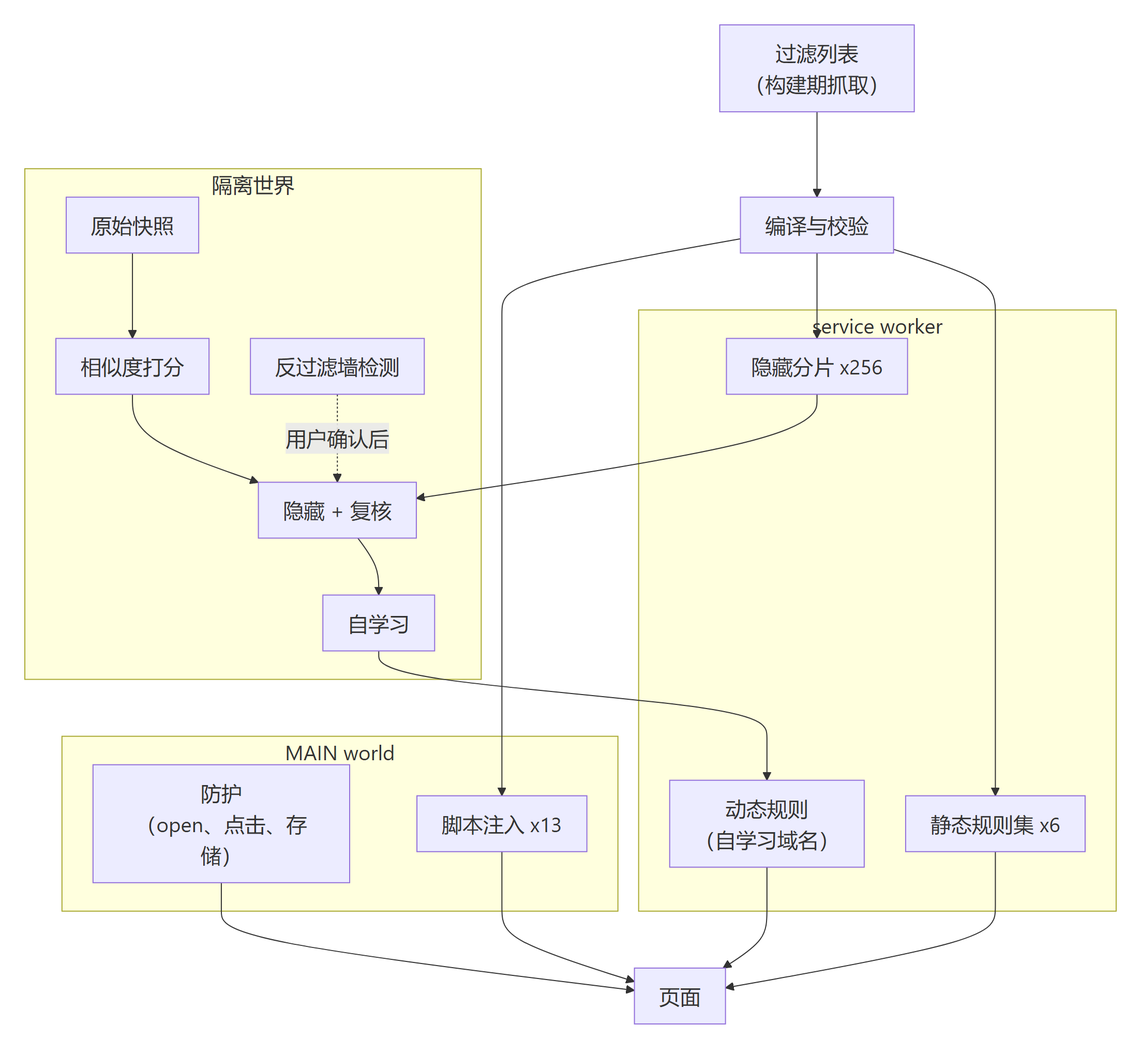
The Mermaid diagram docs/diagrams/architecture-zh.png in jfxia/AdBlow, before a commit. Its source is kept beside it as docs/diagrams/architecture-zh.mmd.
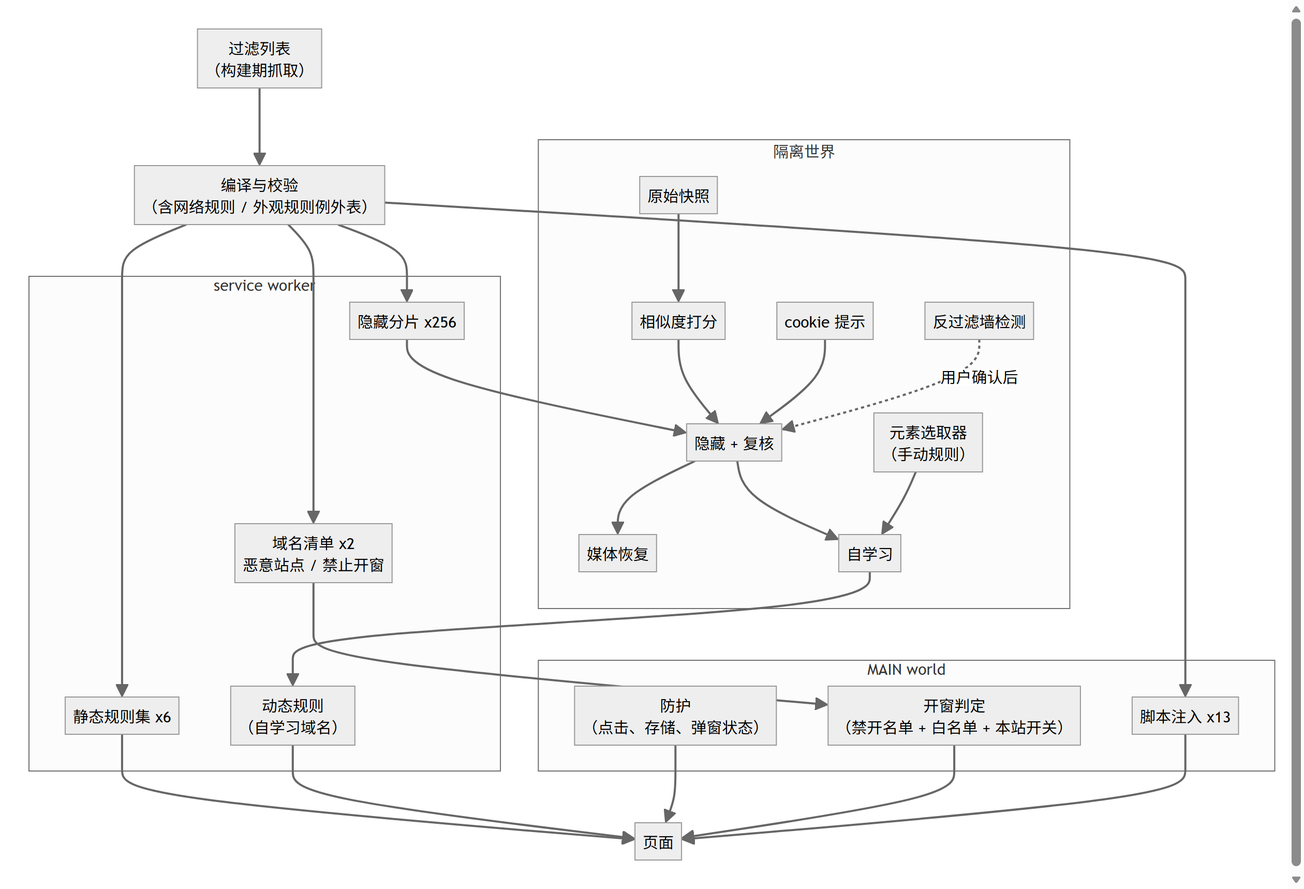
After the commit.

Change to the diagram source:
```diff
@@ -1,6 +1,6 @@
 flowchart TB
   lists["过滤列表<br/>（构建期抓取）"]
-  compile["编译与校验"]
+  compile["编译与校验<br/>（含网络规则 / 外观规则例外表）"]
   lists --> compile
 
   subgraph sw["service worker"]
@@ -8,6 +8,7 @@
     rules["静态规则集 x6"]
     dynamic["动态规则<br/>（自学习域名）"]
     shards["隐藏分片 x256"]
+    domains["域名清单 x2<br/>恶意站点 / 禁止开窗"]
   end
 
   subgraph iso["隔离世界"]
@@ -15,13 +16,17 @@
     snapshot["原始快照"]
     score["相似度打分"]
     hiding["隐藏 + 复核"]
+    recover["媒体恢复"]
     learn["自学习"]
+    consent["cookie 提示"]
     wall["反过滤墙检测"]
+    picker["元素选取器<br/>（手动规则）"]
   end
 
   subgraph mw["MAIN world"]
     direction TB
-    guards["防护<br/>（open、点击、存储）"]
+    guards["防护<br/>（点击、存储、弹窗状态）"]
+    popup["开窗判定<br/>（禁开名单 + 白名单 + 本站开关）"]
     scriptlets["脚本注入 x13"]
   end
 
@@ -30,14 +35,20 @@
   compile --> rules
   compile --> shards
   compile --> scriptlets
+  compile --> domains
   shards --> hiding
+  domains --> popup
   snapshot --> score
   score --> hiding
+  hiding --> recover
   hiding --> learn
+  consent --> hiding
+  picker --> learn
   learn --> dynamic
   wall -. "用户确认后" .-> hiding
-  hiding ~~~ guards
+  hiding ~~~ popup
   rules --> page
   dynamic --> page
   guards --> page
+  popup --> page
   scriptlets --> page
```
